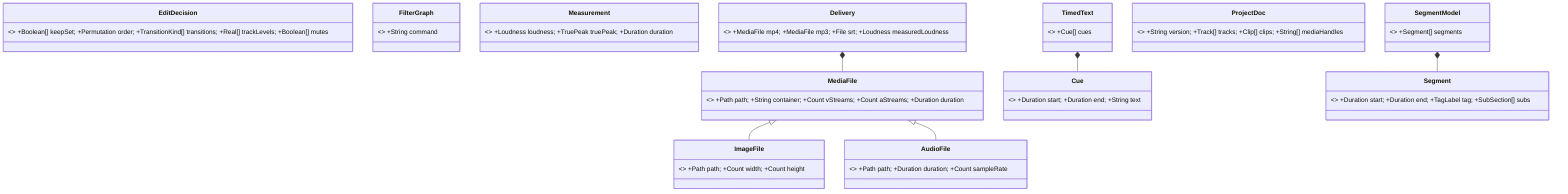
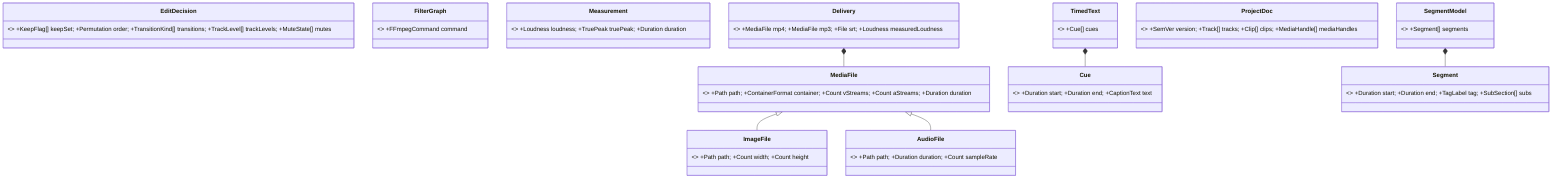
classDiagram
-   class MediaFile { <<signal>> +Path path; +String container; +Count vStreams; +Count aStreams; +Duration duration }
+   class MediaFile { <<signal>> +Path path; +ContainerFormat container; +Count vStreams; +Count aStreams; +Duration duration }
  class ImageFile { <<signal>> +Path path; +Count width; +Count height }
  class AudioFile { <<signal>> +Path path; +Duration duration; +Count sampleRate }
-   class EditDecision { <<signal>> +Boolean[] keepSet; +Permutation order; +TransitionKind[] transitions; +Real[] trackLevels; +Boolean[] mutes }
-   class FilterGraph { <<signal>> +String command }
+   class EditDecision { <<signal>> +KeepFlag[] keepSet; +Permutation order; +TransitionKind[] transitions; +TrackLevel[] trackLevels; +MuteState[] mutes }
+   class FilterGraph { <<signal>> +FFmpegCommand command }
  class Measurement { <<signal>> +Loudness loudness; +TruePeak truePeak; +Duration duration }
  class TimedText { <<signal>> +Cue[] cues }
-   class Cue { <<valueType>> +Duration start; +Duration end; +String text }
+   class Cue { <<valueType>> +Duration start; +Duration end; +CaptionText text }
  class Delivery { <<signal>> +MediaFile mp4; +MediaFile mp3; +File srt; +Loudness measuredLoudness }
-   class ProjectDoc { <<signal>> +String version; +Track[] tracks; +Clip[] clips; +String[] mediaHandles }
+   class ProjectDoc { <<signal>> +SemVer version; +Track[] tracks; +Clip[] clips; +MediaHandle[] mediaHandles }
  class SegmentModel { <<signal>> +Segment[] segments }
  class Segment { <<valueType>> +Duration start; +Duration end; +TagLabel tag; +SubSection[] subs }
  MediaFile <|-- ImageFile
  MediaFile <|-- AudioFile
  TimedText *-- Cue
  SegmentModel *-- Segment
  Delivery *-- MediaFile
